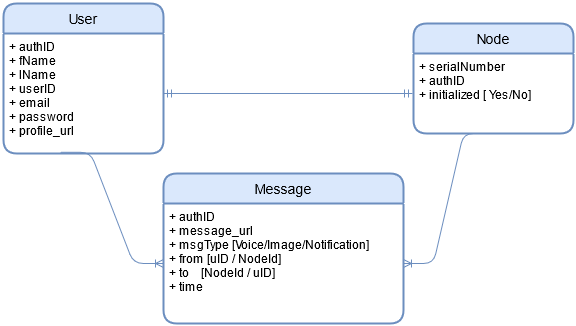
This is milestone2-files/database-schema/database-schema.png from AchinthaHarshamal/e17-3yp-Remote-Gatekeeping-System, a draw.io export, as it was before one commit. Source tidied: cells renumbered, new cells last; positions are measured from the earlier drawing's top-left corner, leaving out a move shared by most shapes. Source of this version:
```xml
<mxGraphModel>
  <root>
    <mxCell id="0" />
    <mxCell id="1" parent="0" />
    <mxCell id="2" value="User" style="swimlane;horizontal=1;startSize=30;rounded=1;fontSize=14;fontStyle=0;strokeWidth=2;shadow=0;dashed=0;align=center;fillColor=#dae8fc;strokeColor=#6c8ebf;" parent="1" vertex="1">
      <mxGeometry width="160" height="150" as="geometry" />
    </mxCell>
    <mxCell id="3" value="+ authID&#10;+ fName&#10;+ lName&#10;+ userID&#10;+ email&#10;+ password&#10;+ profile_url&#10;&#10;" style="align=left;strokeColor=none;fillColor=none;spacingLeft=4;fontSize=12;verticalAlign=top;" parent="2" vertex="1">
      <mxGeometry y="30" width="160" height="120" as="geometry" />
    </mxCell>
    <mxCell id="4" value="Node" style="swimlane;horizontal=1;startSize=30;rounded=1;fontSize=14;fontStyle=0;strokeWidth=2;shadow=0;dashed=0;align=center;fillColor=#dae8fc;strokeColor=#6c8ebf;" parent="1" vertex="1">
      <mxGeometry x="410" y="20" width="160" height="110" as="geometry" />
    </mxCell>
    <mxCell id="5" value="+ serialNumber&#10;+ authID&#10;+ initialized [ Yes/No]" style="align=left;strokeColor=none;fillColor=none;spacingLeft=4;fontSize=12;verticalAlign=top;" parent="4" vertex="1">
      <mxGeometry y="30" width="160" height="80" as="geometry" />
    </mxCell>
    <mxCell id="6" style="edgeStyle=entityRelationEdgeStyle;fontSize=12;html=1;endArrow=ERmandOne;startArrow=ERmandOne;exitX=1;exitY=0.5;exitDx=0;exitDy=0;fillColor=#dae8fc;strokeColor=#6c8ebf;" parent="1" edge="1" source="3">
      <mxGeometry relative="1" as="geometry">
        <mxPoint x="409" y="90" as="targetPoint" />
      </mxGeometry>
    </mxCell>
    <mxCell id="7" value="Message" style="swimlane;horizontal=1;startSize=30;rounded=1;fontSize=14;fontStyle=0;strokeWidth=2;shadow=0;dashed=0;align=center;fillColor=#dae8fc;strokeColor=#6c8ebf;" parent="1" vertex="1">
      <mxGeometry x="160" y="170" width="240" height="150" as="geometry" />
    </mxCell>
    <mxCell id="8" value="+ authID&#10;+ message_url &#10;+ msgType [Voice/Image/Notification]&#10;+ from [uID / NodeId]&#10;+ to    [NodeId / uID]&#10;+ time &#10;" style="align=left;strokeColor=none;fillColor=none;spacingLeft=4;fontSize=12;verticalAlign=top;" parent="7" vertex="1">
      <mxGeometry y="30" width="240" height="120" as="geometry" />
    </mxCell>
    <mxCell id="9" style="edgeStyle=entityRelationEdgeStyle;fontSize=12;html=1;endArrow=ERoneToMany;entryX=1;entryY=0.5;entryDx=0;entryDy=0;fillColor=#dae8fc;strokeColor=#6c8ebf;exitX=0.5;exitY=1;exitDx=0;exitDy=0;" parent="1" edge="1" source="5" target="8">
      <mxGeometry relative="1" as="geometry" />
    </mxCell>
    <mxCell id="10" style="edgeStyle=entityRelationEdgeStyle;fontSize=12;html=1;endArrow=ERoneToMany;exitX=0.356;exitY=0.99;exitDx=0;exitDy=0;exitPerimeter=0;entryX=0;entryY=0.5;entryDx=0;entryDy=0;fillColor=#dae8fc;strokeColor=#6c8ebf;" parent="1" edge="1" source="3" target="8">
      <mxGeometry relative="1" as="geometry" />
    </mxCell>
  </root>
</mxGraphModel>
```
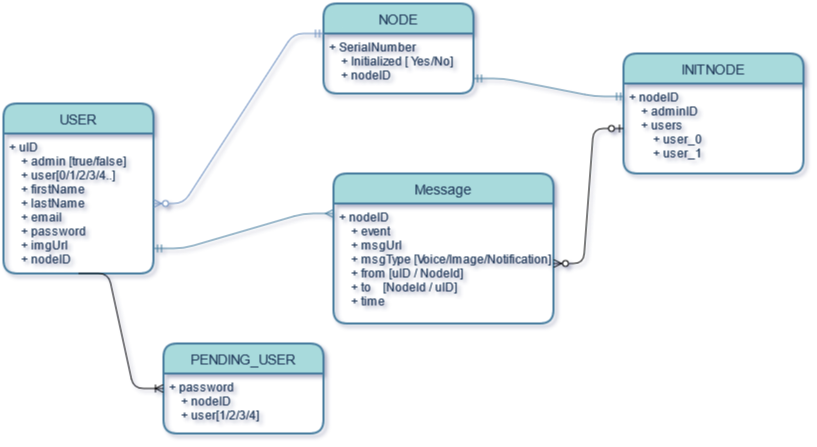
The same file after the commit.

Commit message:
updated database shemata

Diff of the diagram source:
```diff
@@ -1,35 +1,51 @@
-<mxGraphModel>
+<mxGraphModel background="#F1FAEE" shadow="1">
   <root>
     <mxCell id="0" />
     <mxCell id="1" parent="0" />
-    <mxCell id="2" value="User" style="swimlane;horizontal=1;startSize=30;rounded=1;fontSize=14;fontStyle=0;strokeWidth=2;shadow=0;dashed=0;align=center;fillColor=#dae8fc;strokeColor=#6c8ebf;" parent="1" vertex="1">
-      <mxGeometry width="160" height="150" as="geometry" />
+    <mxCell id="2" value="USER" style="swimlane;horizontal=1;startSize=30;fontSize=14;fontStyle=0;strokeWidth=2;shadow=0;dashed=0;align=center;fillColor=#A8DADC;strokeColor=#457B9D;fontColor=#1D3557;rounded=1;" parent="1" vertex="1">
+      <mxGeometry x="-20" y="60" width="150" height="170" as="geometry" />
     </mxCell>
-    <mxCell id="3" value="+ authID&#10;+ fName&#10;+ lName&#10;+ userID&#10;+ email&#10;+ password&#10;+ profile_url&#10;&#10;" style="align=left;strokeColor=none;fillColor=none;spacingLeft=4;fontSize=12;verticalAlign=top;" parent="2" vertex="1">
-      <mxGeometry y="30" width="160" height="120" as="geometry" />
+    <mxCell id="3" value="+ uID    &#10;    + admin [true/false]    &#10;    + user[0/1/2/3/4..]&#10;    + firstName&#10;    + lastName&#10;    + email&#10;    + password&#10;    + imgUrl&#10;    + nodeID" style="align=left;strokeColor=none;fillColor=none;spacingLeft=4;fontSize=12;verticalAlign=top;fontColor=#1D3557;rounded=1;" parent="2" vertex="1">
+      <mxGeometry y="30" width="150" height="140" as="geometry" />
     </mxCell>
-    <mxCell id="4" value="Node" style="swimlane;horizontal=1;startSize=30;rounded=1;fontSize=14;fontStyle=0;strokeWidth=2;shadow=0;dashed=0;align=center;fillColor=#dae8fc;strokeColor=#6c8ebf;" parent="1" vertex="1">
-      <mxGeometry x="410" y="20" width="160" height="110" as="geometry" />
+    <mxCell id="4" value="NODE" style="swimlane;horizontal=1;startSize=30;fontSize=14;fontStyle=0;strokeWidth=2;shadow=0;dashed=0;align=center;fillColor=#A8DADC;strokeColor=#457B9D;fontColor=#1D3557;rounded=1;" parent="1" vertex="1">
+      <mxGeometry x="300" y="-40" width="150" height="90" as="geometry" />
     </mxCell>
-    <mxCell id="5" value="+ serialNumber&#10;+ authID&#10;+ initialized [ Yes/No]" style="align=left;strokeColor=none;fillColor=none;spacingLeft=4;fontSize=12;verticalAlign=top;" parent="4" vertex="1">
-      <mxGeometry y="30" width="160" height="80" as="geometry" />
+    <mxCell id="5" value="+ SerialNumber&#10;    + Initialized [ Yes/No]&#10;    + nodeID&#10;" style="align=left;strokeColor=none;fillColor=none;spacingLeft=4;fontSize=12;verticalAlign=top;fontColor=#1D3557;rounded=1;" parent="4" vertex="1">
+      <mxGeometry y="30" width="150" height="60" as="geometry" />
     </mxCell>
-    <mxCell id="6" style="edgeStyle=entityRelationEdgeStyle;fontSize=12;html=1;endArrow=ERmandOne;startArrow=ERmandOne;exitX=1;exitY=0.5;exitDx=0;exitDy=0;fillColor=#dae8fc;strokeColor=#6c8ebf;" parent="1" edge="1" source="3">
-      <mxGeometry relative="1" as="geometry">
-        <mxPoint x="409" y="90" as="targetPoint" />
-      </mxGeometry>
-    </mxCell>
-    <mxCell id="7" value="Message" style="swimlane;horizontal=1;startSize=30;rounded=1;fontSize=14;fontStyle=0;strokeWidth=2;shadow=0;dashed=0;align=center;fillColor=#dae8fc;strokeColor=#6c8ebf;" parent="1" vertex="1">
-      <mxGeometry x="160" y="170" width="240" height="150" as="geometry" />
+    <mxCell id="7" value="Message" style="swimlane;horizontal=1;startSize=30;fontSize=14;fontStyle=0;strokeWidth=2;shadow=0;dashed=0;align=center;fillColor=#A8DADC;strokeColor=#457B9D;fontColor=#1D3557;rounded=1;" parent="1" vertex="1">
+      <mxGeometry x="310" y="130" width="220" height="150" as="geometry" />
     </mxCell>
-    <mxCell id="8" value="+ authID&#10;+ message_url &#10;+ msgType [Voice/Image/Notification]&#10;+ from [uID / NodeId]&#10;+ to    [NodeId / uID]&#10;+ time &#10;" style="align=left;strokeColor=none;fillColor=none;spacingLeft=4;fontSize=12;verticalAlign=top;" parent="7" vertex="1">
-      <mxGeometry y="30" width="240" height="120" as="geometry" />
+    <mxCell id="8" value="+ nodeID &#10;    + event&#10;    + msgUrl&#10;    + msgType [Voice/Image/Notification]&#10;    + from [uID / NodeId]&#10;    + to    [NodeId / uID]&#10;    + time &#10;" style="align=left;strokeColor=none;fillColor=none;spacingLeft=4;fontSize=12;verticalAlign=top;fontColor=#1D3557;rounded=1;" parent="7" vertex="1">
+      <mxGeometry y="30" width="220" height="120" as="geometry" />
     </mxCell>
-    <mxCell id="9" style="edgeStyle=entityRelationEdgeStyle;fontSize=12;html=1;endArrow=ERoneToMany;entryX=1;entryY=0.5;entryDx=0;entryDy=0;fillColor=#dae8fc;strokeColor=#6c8ebf;exitX=0.5;exitY=1;exitDx=0;exitDy=0;" parent="1" edge="1" source="5" target="8">
-      <mxGeometry relative="1" as="geometry" />
-    </mxCell>
+    <mxCell id="11" value="INITNODE" style="swimlane;horizontal=1;startSize=30;fontSize=14;fontStyle=0;strokeWidth=2;shadow=0;dashed=0;align=center;fillColor=#A8DADC;strokeColor=#457B9D;fontColor=#1D3557;rounded=1;" parent="1" vertex="1">
+      <mxGeometry x="600" y="10" width="180" height="120" as="geometry" />
+    </mxCell>
+    <mxCell id="12" value="+ nodeID&#10;    + adminID  &#10;    + users&#10;        + user_0&#10;        + user_1&#10;" style="align=left;strokeColor=none;fillColor=none;spacingLeft=4;fontSize=12;verticalAlign=top;fontColor=#1D3557;rounded=1;" parent="11" vertex="1">
+      <mxGeometry y="30" width="180" height="90" as="geometry" />
+    </mxCell>
+    <mxCell id="13" value="PENDING_USER" style="swimlane;horizontal=1;startSize=30;fontSize=14;fontStyle=0;strokeWidth=2;shadow=0;dashed=0;align=center;fillColor=#A8DADC;strokeColor=#457B9D;fontColor=#1D3557;rounded=1;" parent="1" vertex="1">
+      <mxGeometry x="140" y="300" width="160" height="90" as="geometry" />
+    </mxCell>
+    <mxCell id="14" value="+ password&#10;    + nodeID&#10;    + user[1/2/3/4]" style="align=left;strokeColor=none;fillColor=none;spacingLeft=4;fontSize=12;verticalAlign=top;fontColor=#1D3557;rounded=1;" parent="13" vertex="1">
+      <mxGeometry y="30" width="160" height="60" as="geometry" />
+    </mxCell>
+    <mxCell id="15" style="edgeStyle=entityRelationEdgeStyle;fontSize=12;html=1;endArrow=ERmandOne;startArrow=ERmandOne;fontColor=#1D3557;strokeColor=#457B9D;fillColor=#A8DADC;exitX=1;exitY=0.75;exitDx=0;exitDy=0;entryX=0.006;entryY=0.144;entryDx=0;entryDy=0;entryPerimeter=0;" parent="1" edge="1" source="5" target="12">
+      <mxGeometry relative="1" as="geometry" />
+    </mxCell>
-    <mxCell id="10" style="edgeStyle=entityRelationEdgeStyle;fontSize=12;html=1;endArrow=ERoneToMany;exitX=0.356;exitY=0.99;exitDx=0;exitDy=0;exitPerimeter=0;entryX=0;entryY=0.5;entryDx=0;entryDy=0;fillColor=#dae8fc;strokeColor=#6c8ebf;" parent="1" edge="1" source="3" target="8">
+    <mxCell id="10" style="edgeStyle=entityRelationEdgeStyle;fontSize=12;html=1;endArrow=ERmany;startArrow=ERmandOne;fontColor=#1D3557;strokeColor=#457B9D;fillColor=#A8DADC;entryX=0;entryY=0.083;entryDx=0;entryDy=0;entryPerimeter=0;exitX=1;exitY=0.821;exitDx=0;exitDy=0;exitPerimeter=0;endFill=0;" parent="1" edge="1" source="3" target="8">
       <mxGeometry relative="1" as="geometry" />
     </mxCell>
+    <mxCell id="16" style="edgeStyle=entityRelationEdgeStyle;fontSize=12;html=1;endArrow=ERzeroToMany;startArrow=ERmandOne;exitX=0;exitY=0;exitDx=0;exitDy=0;fillColor=#dae8fc;strokeColor=#6c8ebf;" parent="1" edge="1" source="5" target="3">
+      <mxGeometry relative="1" as="geometry" />
+    </mxCell>
+    <mxCell id="17" style="edgeStyle=entityRelationEdgeStyle;fontSize=12;html=1;endArrow=ERoneToMany;exitX=0.5;exitY=1;exitDx=0;exitDy=0;entryX=0;entryY=0.25;entryDx=0;entryDy=0;" parent="1" edge="1" source="2" target="14">
+      <mxGeometry relative="1" as="geometry" />
+    </mxCell>
+    <mxCell id="18" style="edgeStyle=entityRelationEdgeStyle;fontSize=12;html=1;endArrow=ERzeroToMany;startArrow=ERzeroToOne;entryX=1;entryY=0.5;entryDx=0;entryDy=0;" parent="1" edge="1" source="12" target="8">
+      <mxGeometry relative="1" as="geometry" />
+    </mxCell>
   </root>
 </mxGraphModel>
```
